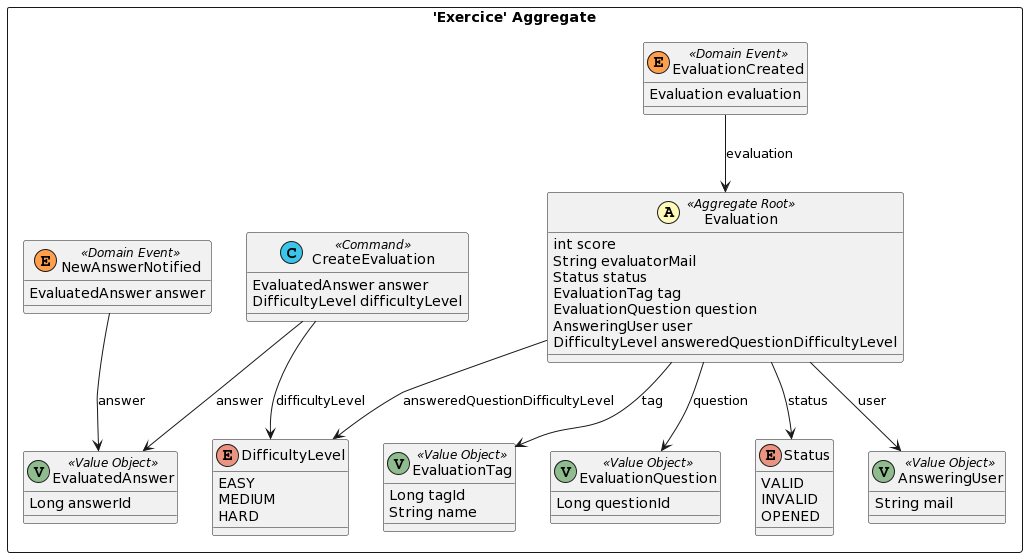
Above: doc/dist/src-gen/gamedev_BC_EvaluationContext_Exercice.png in esgi-lyon/question-ddd (PlantUML), before the change.
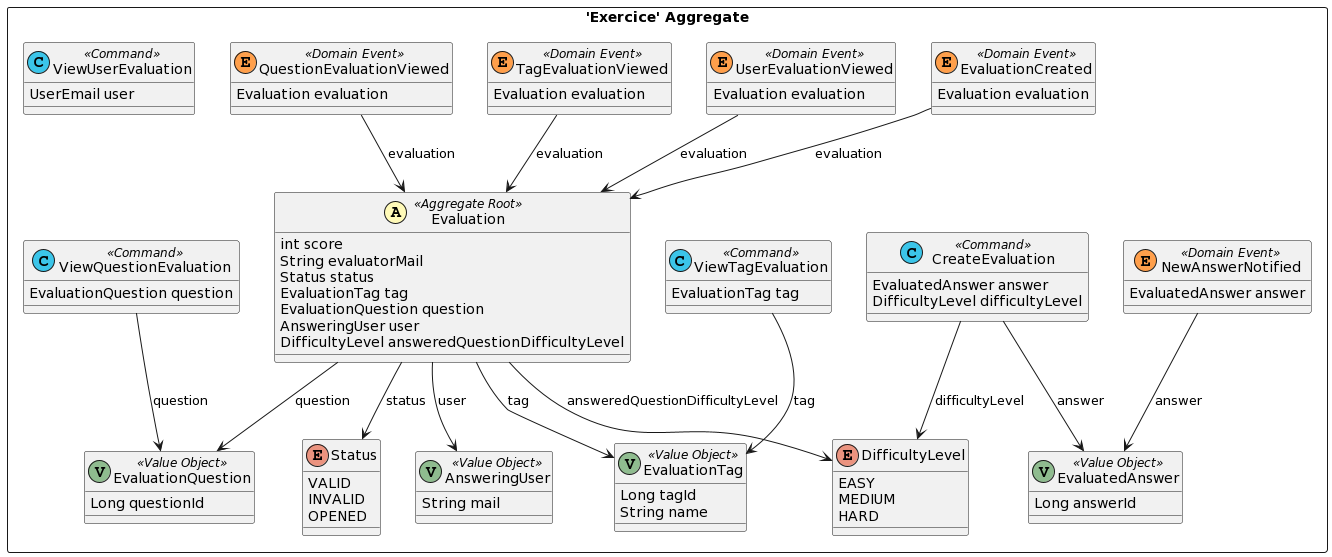
After the change.

What changed in the source:
```diff
@@ -40,17 +40,40 @@
 	class NewAnswerNotified <<(E,#ff9f4b) Domain Event>> {
 		EvaluatedAnswer answer
 	}
+	class UserEvaluationViewed <<(E,#ff9f4b) Domain Event>> {
+		Evaluation evaluation
+	}
+	class TagEvaluationViewed <<(E,#ff9f4b) Domain Event>> {
+		Evaluation evaluation
+	}
+	class QuestionEvaluationViewed <<(E,#ff9f4b) Domain Event>> {
+		Evaluation evaluation
+	}
+	class ViewTagEvaluation <<(C,#3bc5e9) Command>> {
+		EvaluationTag tag
+	}
 	class CreateEvaluation <<(C,#3bc5e9) Command>> {
 		EvaluatedAnswer answer
 		DifficultyLevel difficultyLevel
 	}
+	class ViewUserEvaluation <<(C,#3bc5e9) Command>> {
+		UserEmail user
+	}
+	class ViewQuestionEvaluation <<(C,#3bc5e9) Command>> {
+		EvaluationQuestion question
+	}
 }
+QuestionEvaluationViewed --> Evaluation : evaluation
 CreateEvaluation --> EvaluatedAnswer : answer
 Evaluation --> Status : status
+UserEvaluationViewed --> Evaluation : evaluation
+ViewTagEvaluation --> EvaluationTag : tag
+CreateEvaluation --> DifficultyLevel : difficultyLevel
+Evaluation --> DifficultyLevel : answeredQuestionDifficultyLevel
+TagEvaluationViewed --> Evaluation : evaluation
+ViewQuestionEvaluation --> EvaluationQuestion : question
 Evaluation --> EvaluationTag : tag
 NewAnswerNotified --> EvaluatedAnswer : answer
-CreateEvaluation --> DifficultyLevel : difficultyLevel
-Evaluation --> DifficultyLevel : answeredQuestionDifficultyLevel
 Evaluation --> AnsweringUser : user
 Evaluation --> EvaluationQuestion : question
 EvaluationCreated --> Evaluation : evaluation
```
